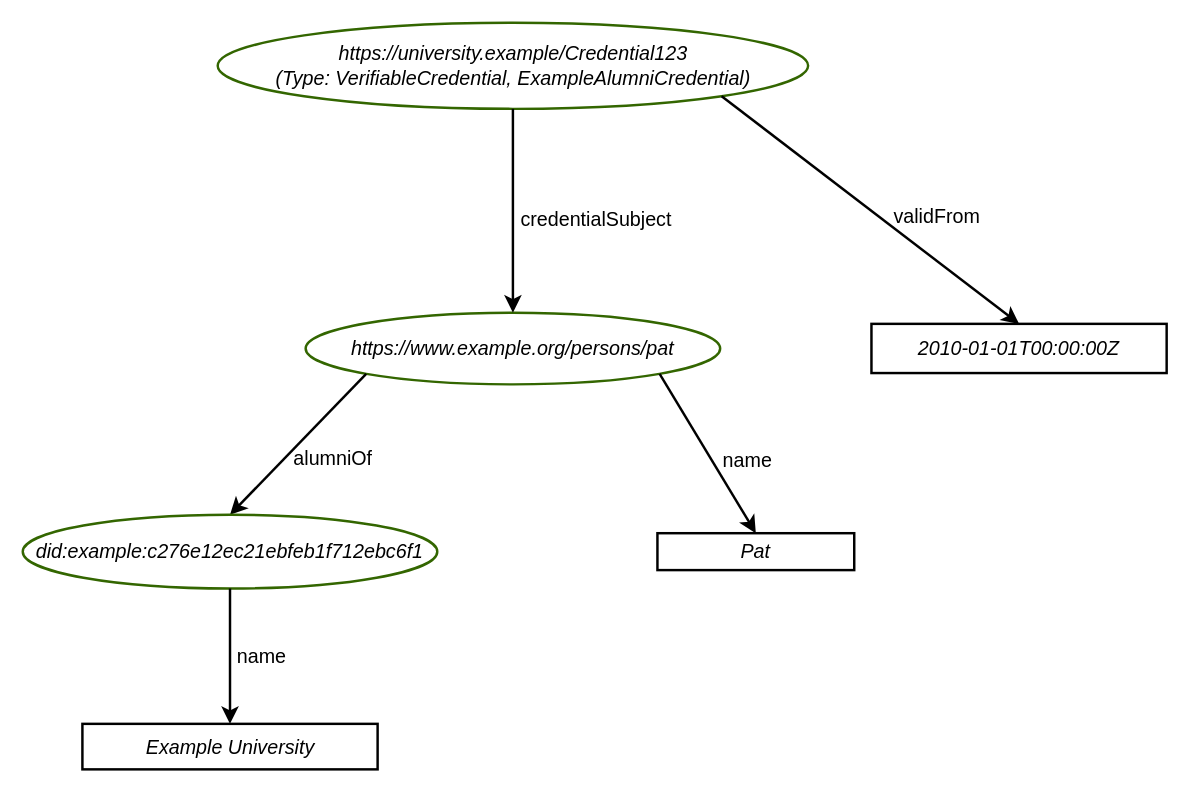
The draw.io diagram diagrams/credential_example.drawio in w3c/vc-overview, before the edit. Source tidied: cells renumbered, new cells numbered last; positions are measured from the earlier drawing's top-left corner, leaving out a move shared by most shapes. Both pictures are drawn from the tidied source at 123%, with x=0, y=0 at pixel (22, 22).
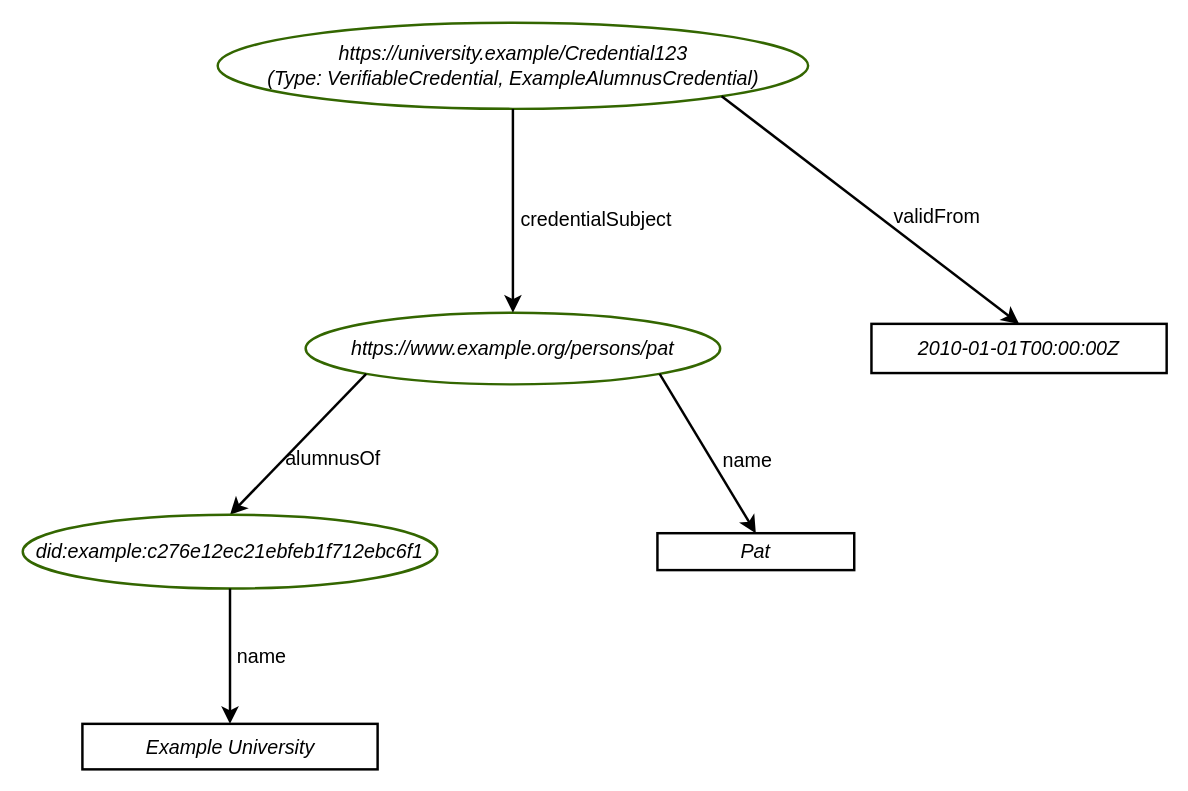
Above is the later version.

Unchanged cells that the change refers to:
```xml
<mxCell id="11" style="endArrow=classic;html=1;rounded=0;fontSize=12;startSize=8;endSize=8;curved=1;entryX=0.5;entryY=0;entryDx=0;entryDy=0;exitX=0;exitY=1;exitDx=0;exitDy=0;strokeWidth=2;fontStyle=2;" parent="1" edge="1" source="6" target="15">
  <mxGeometry relative="1" as="geometry" />
</mxCell>
```

Diff of the diagram source:
```diff
@@
-    <mxCell id="2" value="&lt;div&gt;&lt;i&gt;https://university.example/Credential123&lt;/i&gt;&lt;/div&gt;&lt;div&gt;&lt;i&gt;(Type: VerifiableCredential, ExampleAlumniCredential)&lt;/i&gt;&lt;/div&gt;" style="ellipse;whiteSpace=wrap;html=1;fontSize=16;fillColor=none;strokeWidth=2;strokeColor=#336600;" parent="1" vertex="1">
+    <mxCell id="2" value="&lt;div&gt;&lt;i&gt;https://university.example/Credential123&lt;/i&gt;&lt;/div&gt;&lt;div&gt;&lt;i&gt;(Type: VerifiableCredential, ExampleAlumnusCredential)&lt;/i&gt;&lt;/div&gt;" style="ellipse;whiteSpace=wrap;html=1;fontSize=16;fillColor=none;strokeWidth=2;strokeColor=#336600;" parent="1" vertex="1">
       <mxGeometry x="158.5" width="480" height="70" as="geometry" />
     </mxCell>
@@
-    <mxCell id="12" value="alumniOf" style="edgeLabel;html=1;align=center;verticalAlign=middle;fontSize=16;labelBackgroundColor=none;" parent="11" vertex="1">
+    <mxCell id="12" value="alumnusOf" style="edgeLabel;html=1;align=center;verticalAlign=middle;fontSize=16;labelBackgroundColor=none;" parent="11" vertex="1">
       <mxGeometry x="0.13" y="-2" relative="1" as="geometry">
         <mxPoint x="36" y="5" as="offset" />
       </mxGeometry>
     </mxCell>
```
